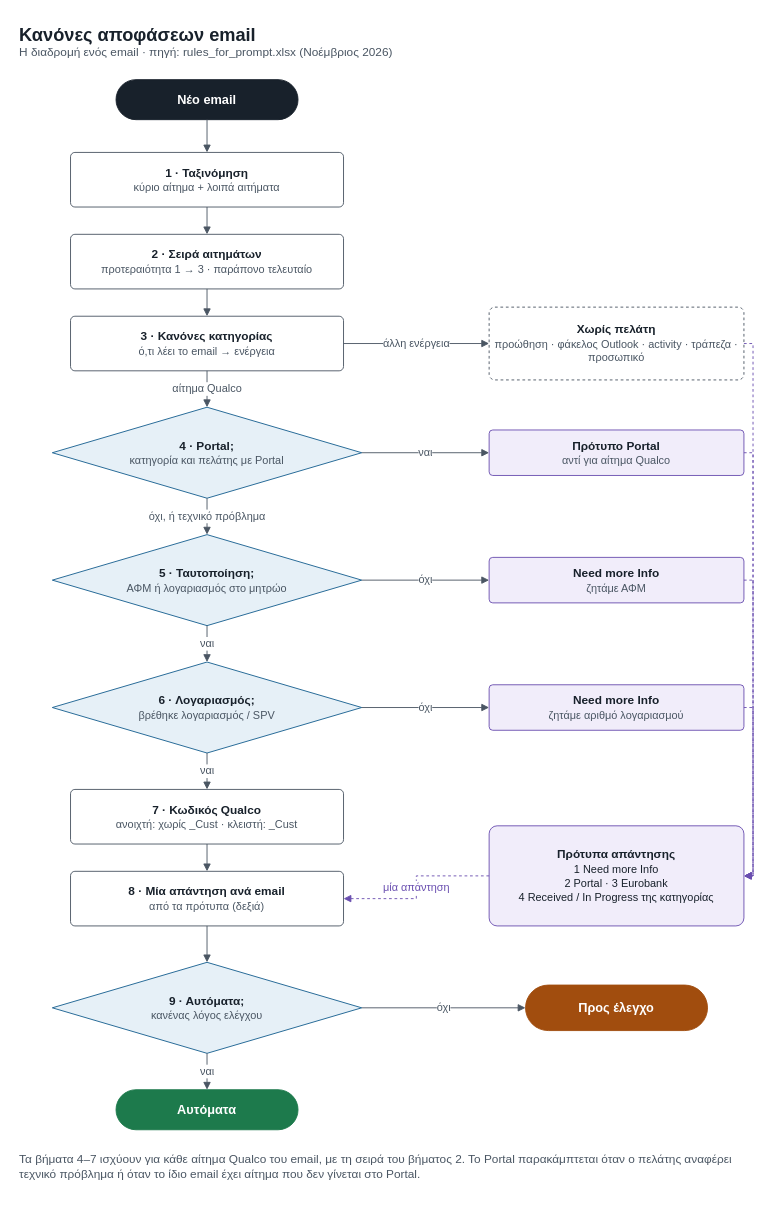
This is page "1 Διαδρομή email" (1 of 5) of docs/decision_rules.drawio from nicoleplak/email-classification, a draw.io file, before an edit. Source tidied: cells renumbered, new cells numbered last; positions are measured from the earlier drawing's top-left corner, leaving out a move shared by most shapes. Both pictures are drawn from the tidied source at 91%, with x=0, y=0 at pixel (15, 15).
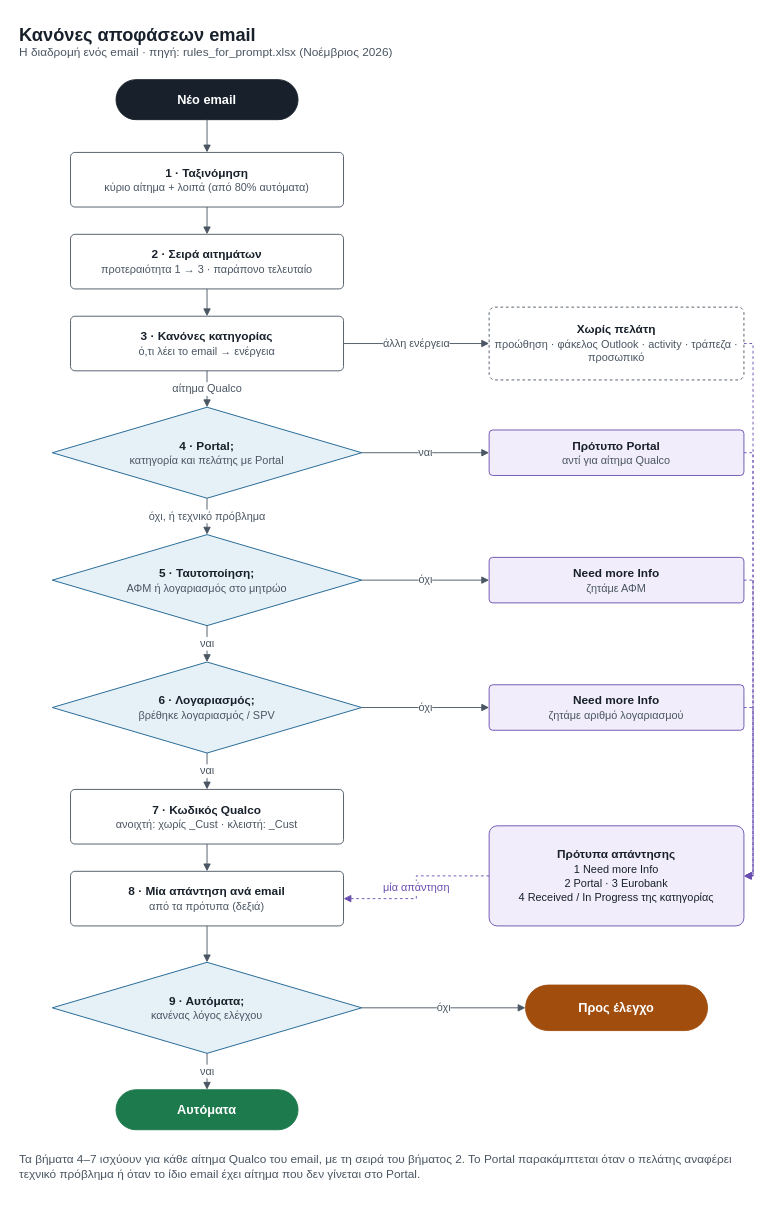
The same page after the edit.

Change to the diagram source:
```diff
@@
-    <mxCell id="4" value="&lt;b&gt;1 · Ταξινόμηση&lt;/b&gt;&lt;br&gt;&lt;font style=&quot;font-size:12px&quot; color=&quot;#4A5663&quot;&gt;κύριο αίτημα + λοιπά αιτήματα&lt;/font&gt;" style="rounded=1;arcSize=8;whiteSpace=wrap;html=1;fillColor=#FFFFFF;strokeColor=#4A5663;fontFamily=Helvetica;fontColor=#18212B;fontSize=13;" parent="1" vertex="1">
+    <mxCell id="4" value="&lt;b&gt;1 · Ταξινόμηση&lt;/b&gt;&lt;br&gt;&lt;font style=&quot;font-size:12px&quot; color=&quot;#4A5663&quot;&gt;κύριο αίτημα + λοιπά (από 80% αυτόματα)&lt;/font&gt;" style="rounded=1;arcSize=8;whiteSpace=wrap;html=1;fillColor=#FFFFFF;strokeColor=#4A5663;fontFamily=Helvetica;fontColor=#18212B;fontSize=13;" parent="1" vertex="1">
       <mxGeometry x="60" y="150" width="300" height="60" as="geometry" />
     </mxCell>
```
